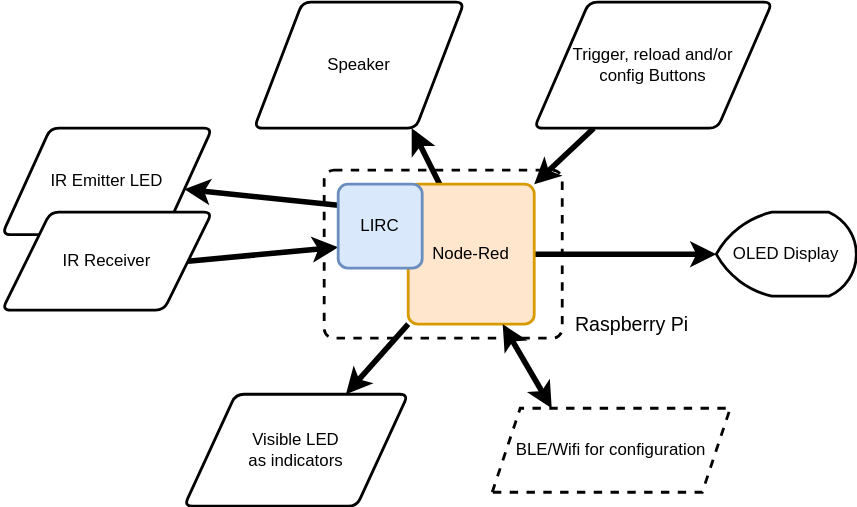
The draw.io diagram images/Lasertag_System_Structure.svg in millosolomillo/node-red-contrib-lasertag, before a commit. Source tidied: cells renumbered, new cells last; positions are measured from the earlier drawing's top-left corner, leaving out a move shared by most shapes.
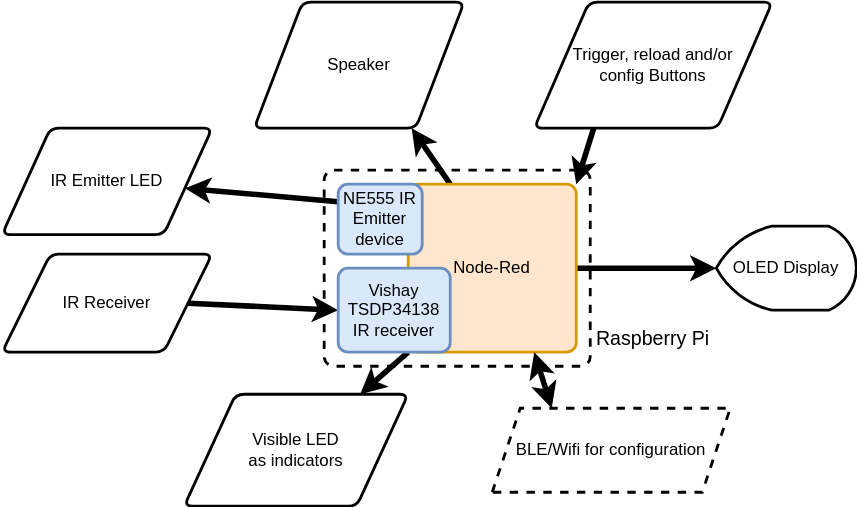
The same file after the commit.

Commit message:
Modified system structure image

Change to the diagram source:
```diff
@@ -3,7 +3,7 @@
     <mxCell id="0" />
     <mxCell id="1" parent="0" />
     <mxCell id="2" value="&lt;div style=&quot;text-align: right&quot;&gt;&lt;br&gt;&lt;/div&gt;&lt;div style=&quot;text-align: justify&quot;&gt;&lt;/div&gt;" style="rounded=1;whiteSpace=wrap;html=1;absoluteArcSize=1;arcSize=14;strokeWidth=2;fillColor=none;dashed=1;" parent="1" vertex="1">
-      <mxGeometry x="230" y="120" width="170" height="120" as="geometry" />
+      <mxGeometry x="230" y="120" width="190" height="140" as="geometry" />
     </mxCell>
     <mxCell id="3" style="edgeStyle=orthogonalEdgeStyle;rounded=0;jettySize=auto;html=1;entryX=0;entryY=0.5;entryDx=0;entryDy=0;entryPerimeter=0;strokeWidth=4;" parent="1" edge="1" source="7" target="8">
       <mxGeometry relative="1" as="geometry" />
@@ -18,19 +18,19 @@
       <mxGeometry relative="1" as="geometry" />
     </mxCell>
     <mxCell id="7" value="Node-Red" style="rounded=1;whiteSpace=wrap;html=1;absoluteArcSize=1;arcSize=14;strokeWidth=2;fillColor=#ffe6cc;strokeColor=#d79b00;" parent="1" vertex="1">
-      <mxGeometry x="290" y="130" width="90" height="100" as="geometry" />
+      <mxGeometry x="290" y="130" width="120" height="120" as="geometry" />
     </mxCell>
     <mxCell id="8" value="OLED Display" style="strokeWidth=2;html=1;shape=mxgraph.flowchart.display;whiteSpace=wrap;" parent="1" vertex="1">
-      <mxGeometry x="510" y="150" width="100" height="60" as="geometry" />
+      <mxGeometry x="510" y="160" width="100" height="60" as="geometry" />
     </mxCell>
     <mxCell id="9" value="IR Emitter LED" style="shape=parallelogram;html=1;strokeWidth=2;perimeter=parallelogramPerimeter;whiteSpace=wrap;rounded=1;arcSize=12;size=0.23;" parent="1" vertex="1">
       <mxGeometry y="90" width="150" height="76" as="geometry" />
     </mxCell>
-    <mxCell id="10" style="edgeStyle=none;rounded=1;jettySize=auto;html=1;exitX=1;exitY=0.5;exitDx=0;exitDy=0;entryX=0;entryY=0.75;entryDx=0;entryDy=0;strokeWidth=4;" parent="1" edge="1" source="11" target="16">
+    <mxCell id="10" style="edgeStyle=none;rounded=1;jettySize=auto;html=1;exitX=1;exitY=0.5;exitDx=0;exitDy=0;strokeWidth=4;entryX=0;entryY=0.5;entryDx=0;entryDy=0;" parent="1" edge="1" source="11" target="20">
       <mxGeometry relative="1" as="geometry" />
     </mxCell>
     <mxCell id="11" value="IR Receiver" style="shape=parallelogram;html=1;strokeWidth=2;perimeter=parallelogramPerimeter;whiteSpace=wrap;rounded=1;arcSize=12;size=0.23;" parent="1" vertex="1">
-      <mxGeometry y="150" width="150" height="70" as="geometry" />
+      <mxGeometry y="180" width="150" height="70" as="geometry" />
     </mxCell>
     <mxCell id="12" value="Speaker" style="shape=parallelogram;html=1;strokeWidth=2;perimeter=parallelogramPerimeter;whiteSpace=wrap;rounded=1;arcSize=12;size=0.23;" parent="1" vertex="1">
       <mxGeometry x="180" width="150" height="90" as="geometry" />
@@ -44,11 +44,11 @@
     <mxCell id="15" value="Visible LED&lt;br&gt;as indicators" style="shape=parallelogram;html=1;strokeWidth=2;perimeter=parallelogramPerimeter;whiteSpace=wrap;rounded=1;arcSize=12;size=0.23;" parent="1" vertex="1">
       <mxGeometry x="130" y="280" width="160" height="80" as="geometry" />
     </mxCell>
-    <mxCell id="16" value="LIRC" style="rounded=1;whiteSpace=wrap;html=1;absoluteArcSize=1;arcSize=14;strokeWidth=2;fillColor=#dae8fc;strokeColor=#6c8ebf;" parent="1" vertex="1">
-      <mxGeometry x="240" y="130" width="60" height="60" as="geometry" />
+    <mxCell id="16" value="NE555 IR Emitter device" style="rounded=1;whiteSpace=wrap;html=1;absoluteArcSize=1;arcSize=14;strokeWidth=2;fillColor=#dae8fc;strokeColor=#6c8ebf;" parent="1" vertex="1">
+      <mxGeometry x="240" y="130" width="60" height="50" as="geometry" />
     </mxCell>
     <mxCell id="17" value="&lt;font style=&quot;font-size: 14px&quot;&gt;Raspberry Pi&lt;/font&gt;" style="text;html=1;strokeColor=none;fillColor=none;align=center;verticalAlign=middle;whiteSpace=wrap;rounded=0;dashed=1;" parent="1" vertex="1">
-      <mxGeometry x="400" y="220" width="100" height="20" as="geometry" />
+      <mxGeometry x="415" y="230" width="100" height="20" as="geometry" />
     </mxCell>
     <mxCell id="18" style="edgeStyle=none;rounded=1;jettySize=auto;html=1;exitX=0.25;exitY=0;exitDx=0;exitDy=0;entryX=0.75;entryY=1;entryDx=0;entryDy=0;strokeWidth=4;startArrow=classic;startFill=1;" parent="1" edge="1" source="19" target="7">
       <mxGeometry relative="1" as="geometry" />
@@ -56,5 +56,8 @@
     <mxCell id="19" value="BLE/Wifi for configuration" style="shape=parallelogram;perimeter=parallelogramPerimeter;whiteSpace=wrap;html=1;fixedSize=1;dashed=1;fillColor=none;strokeWidth=2;" parent="1" vertex="1">
       <mxGeometry x="350" y="290" width="170" height="60" as="geometry" />
     </mxCell>
+    <mxCell id="20" value="Vishay TSDP34138 IR receiver" style="rounded=1;whiteSpace=wrap;html=1;absoluteArcSize=1;arcSize=14;strokeWidth=2;fillColor=#dae8fc;strokeColor=#6c8ebf;" parent="1" vertex="1">
+      <mxGeometry x="240" y="190" width="80" height="60" as="geometry" />
+    </mxCell>
   </root>
 </mxGraphModel>
```
